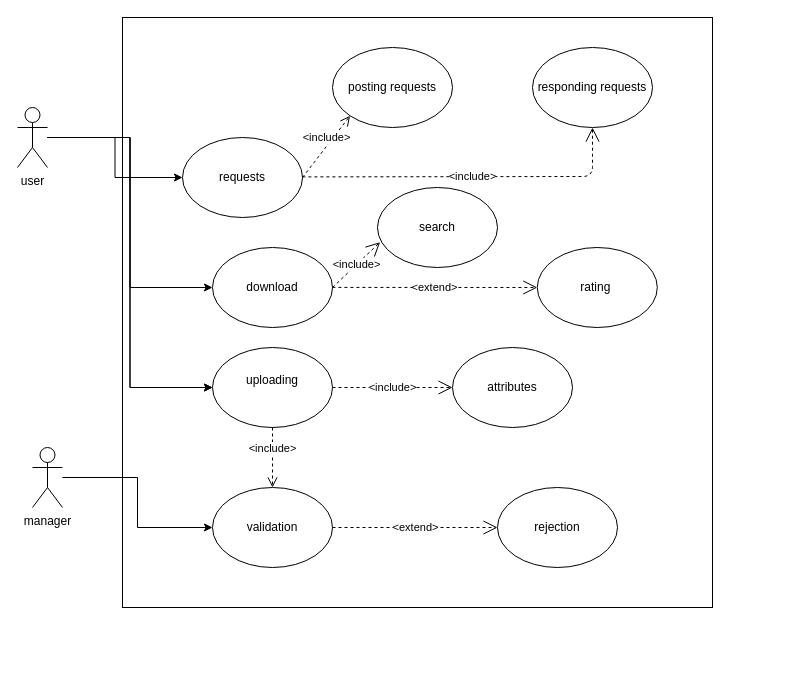
The draw.io diagram Use case - booklet(handout).drawio in m-bassiri/HamyarApp, before the edit. Source tidied: cells renumbered, new cells numbered last; positions are measured from the earlier drawing's top-left corner, leaving out a move shared by most shapes. Both pictures are drawn from the tidied source at 100%, with x=0, y=0 at pixel (17, 17).
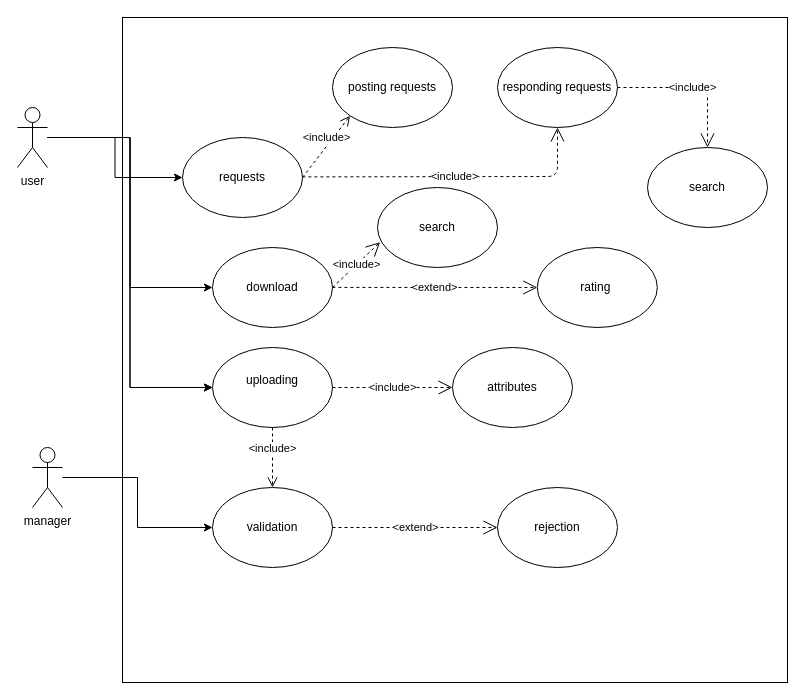
After the change.

Diff of the diagram source:
```diff
@@
     <mxCell id="2" style="whiteSpace=wrap;html=1;" parent="1" vertex="1">
-      <mxGeometry x="105" width="590" height="590" as="geometry" />
+      <mxGeometry x="105" width="665" height="665" as="geometry" />
     </mxCell>
@@
     <mxCell id="11" value="responding requests&lt;br&gt;" style="ellipse;whiteSpace=wrap;html=1;" parent="1" vertex="1">
-      <mxGeometry x="515" y="30" width="120" height="80" as="geometry" />
+      <mxGeometry x="480" y="30" width="120" height="80" as="geometry" />
     </mxCell>
@@
     <mxCell id="26" value="&amp;lt;include&amp;gt;" style="endArrow=open;endSize=12;dashed=1;html=1;exitX=1;exitY=0.5;exitDx=0;exitDy=0;entryX=0.5;entryY=1;entryDx=0;entryDy=0;" parent="1" edge="1" target="11">
       <mxGeometry relative="1" as="geometry">
         <mxPoint x="284.9" y="159.4" as="sourcePoint" />
         <Array as="points">
-          <mxPoint x="575" y="159" />
+          <mxPoint x="540" y="159" />
         </Array>
       </mxGeometry>
     </mxCell>
+    <mxCell id="27" value="search" style="ellipse;whiteSpace=wrap;html=1;" parent="1" vertex="1">
+      <mxGeometry x="630" y="130" width="120" height="80" as="geometry" />
+    </mxCell>
+    <mxCell id="28" value="&amp;lt;include&amp;gt;" style="endArrow=open;endSize=12;dashed=1;html=1;exitX=1;exitY=0.5;exitDx=0;exitDy=0;entryX=0.5;entryY=0;entryDx=0;entryDy=0;" parent="1" edge="1" source="11" target="27">
+      <mxGeometry relative="1" as="geometry">
+        <Array as="points">
+          <mxPoint x="690" y="70" />
+        </Array>
+      </mxGeometry>
+    </mxCell>
```
